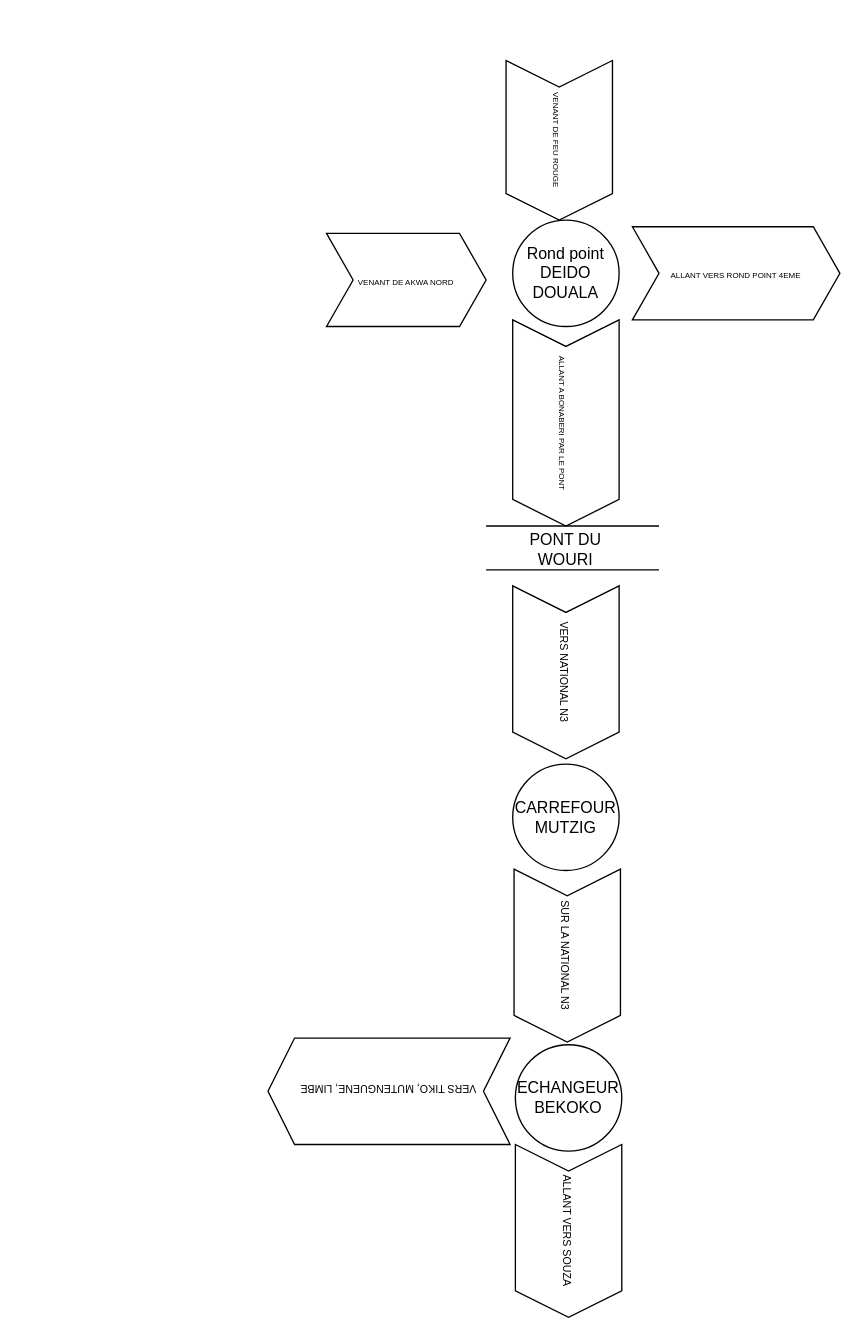
This is Diagramme sans nom.drawio from azobs/Diagrams, a draw.io file, before an edit. Source tidied: cells renumbered, new cells numbered last; positions are measured from the earlier drawing's top-left corner, leaving out a move shared by most shapes. Both pictures are drawn from the tidied source at 133%, with x=0, y=0 at pixel (267, 86).
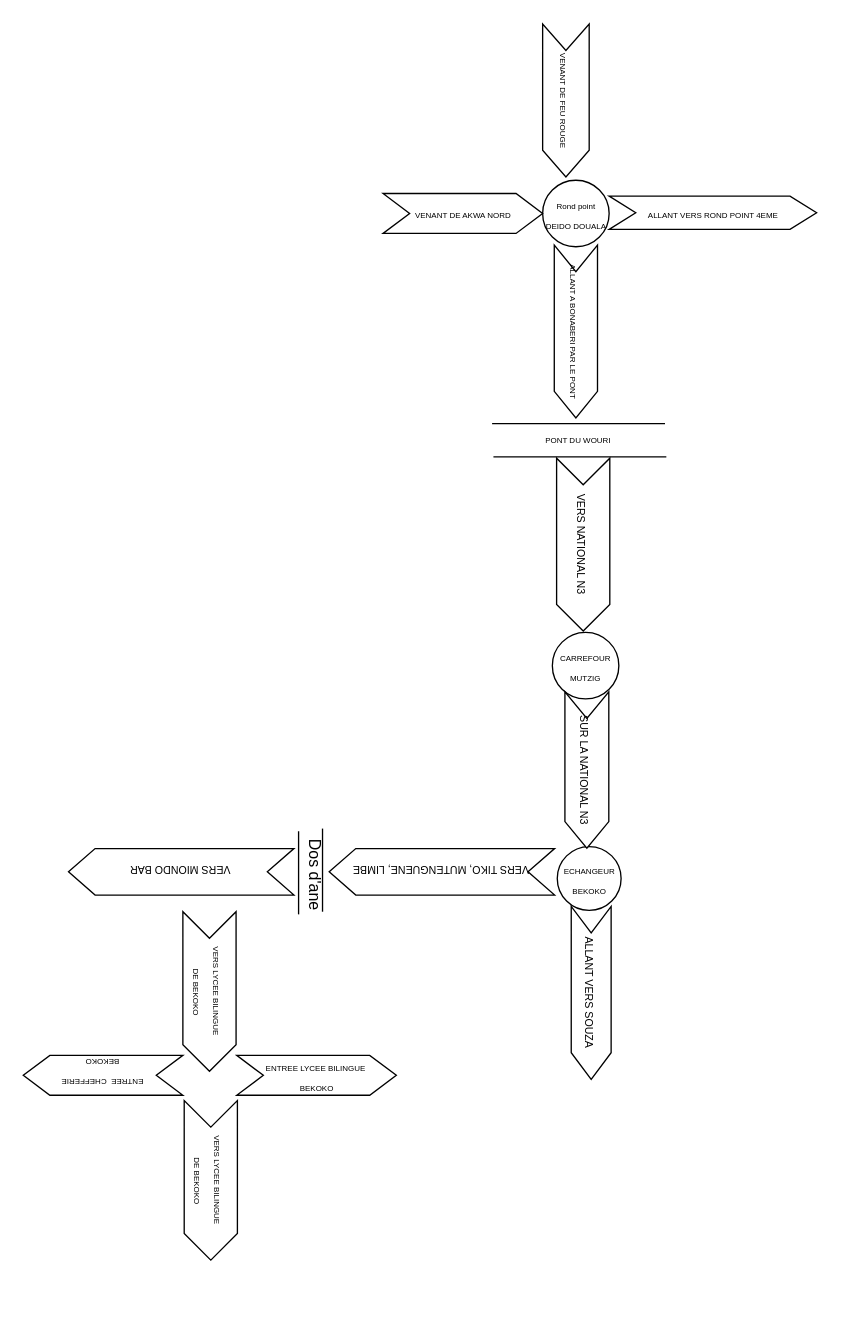
After the change.

Commit message:
Mettre à jour Diagramme sans nom.drawio

Diff of the diagram source:
```diff
@@
     <mxCell id="2" value="&lt;font style=&quot;font-size: 8px;&quot;&gt;VERS TIKO, MUTENGUENE, LIMBE&lt;/font&gt;" style="shape=step;perimeter=stepPerimeter;whiteSpace=wrap;html=1;fixedSize=1;rotation=-180;" parent="1" vertex="1">
-      <mxGeometry y="715" width="182" height="80" as="geometry" />
+      <mxGeometry x="46" y="572.5" width="169.5" height="35" as="geometry" />
     </mxCell>
-    <mxCell id="3" value="Rond point DEIDO DOUALA" style="ellipse;whiteSpace=wrap;html=1;" parent="1" vertex="1">
-      <mxGeometry x="184" y="100" width="80" height="80" as="geometry" />
+    <mxCell id="3" value="&lt;font style=&quot;font-size: 6px;&quot;&gt;Rond point DEIDO DOUALA&lt;/font&gt;" style="ellipse;whiteSpace=wrap;html=1;" parent="1" vertex="1">
+      <mxGeometry x="206.5" y="70" width="50" height="50" as="geometry" />
     </mxCell>
     <mxCell id="4" value="&lt;font style=&quot;font-size: 6px;&quot;&gt;ALLANT VERS ROND POINT 4EME&lt;/font&gt;" style="shape=step;perimeter=stepPerimeter;whiteSpace=wrap;html=1;fixedSize=1;" parent="1" vertex="1">
-      <mxGeometry x="274" y="105" width="156" height="70" as="geometry" />
+      <mxGeometry x="256.5" y="82" width="156" height="25" as="geometry" />
     </mxCell>
     <mxCell id="5" value="&lt;font style=&quot;font-size: 6px;&quot;&gt;VENANT DE AKWA NORD&lt;/font&gt;" style="shape=step;perimeter=stepPerimeter;whiteSpace=wrap;html=1;fixedSize=1;" parent="1" vertex="1">
-      <mxGeometry x="44" y="110" width="120" height="70" as="geometry" />
+      <mxGeometry x="86.5" y="80" width="120" height="30" as="geometry" />
     </mxCell>
     <mxCell id="6" value="&lt;font style=&quot;font-size: 6px;&quot;&gt;ALLANT A BONABERI PAR LE PONT&lt;/font&gt;" style="shape=step;perimeter=stepPerimeter;whiteSpace=wrap;html=1;fixedSize=1;rotation=90;" parent="1" vertex="1">
-      <mxGeometry x="146.5" y="212.5" width="155" height="80" as="geometry" />
+      <mxGeometry x="166.5" y="167.5" width="130" height="32.5" as="geometry" />
     </mxCell>
     <mxCell id="7" style="endArrow=none;html=1;rounded=0;" parent="1" edge="1">
       <mxGeometry relative="1" as="geometry">
-        <mxPoint x="164" y="330" as="sourcePoint" />
-        <mxPoint x="294" y="330" as="targetPoint" />
+        <mxPoint x="168.5" y="253" as="sourcePoint" />
+        <mxPoint x="298.5" y="253" as="targetPoint" />
       </mxGeometry>
     </mxCell>
     <mxCell id="8" style="endArrow=none;html=1;rounded=0;" parent="1" edge="1">
       <mxGeometry relative="1" as="geometry">
-        <mxPoint x="164" y="363" as="sourcePoint" />
-        <mxPoint x="294" y="363" as="targetPoint" />
+        <mxPoint x="169.5" y="278" as="sourcePoint" />
+        <mxPoint x="299.5" y="278" as="targetPoint" />
       </mxGeometry>
     </mxCell>
-    <mxCell id="9" value="PONT DU WOURI" style="text;html=1;align=center;verticalAlign=middle;whiteSpace=wrap;rounded=0;" parent="1" vertex="1">
-      <mxGeometry x="184" y="333" width="80" height="30" as="geometry" />
+    <mxCell id="9" value="&lt;font style=&quot;font-size: 6px;&quot;&gt;PONT DU WOURI&lt;/font&gt;" style="text;html=1;align=center;verticalAlign=middle;whiteSpace=wrap;rounded=0;" parent="1" vertex="1">
+      <mxGeometry x="206.5" y="249" width="52.5" height="30" as="geometry" />
     </mxCell>
     <mxCell id="10" value="&lt;font style=&quot;font-size: 8px;&quot;&gt;VERS NATIONAL N3&lt;/font&gt;" style="shape=step;perimeter=stepPerimeter;whiteSpace=wrap;html=1;fixedSize=1;rotation=90;" parent="1" vertex="1">
-      <mxGeometry x="159" y="400" width="130" height="80" as="geometry" />
+      <mxGeometry x="172" y="324" width="130" height="40" as="geometry" />
     </mxCell>
     <mxCell id="11" value="&lt;font style=&quot;font-size: 6px;&quot;&gt;VENANT DE FEU ROUGE&lt;/font&gt;" style="shape=step;perimeter=stepPerimeter;whiteSpace=wrap;html=1;fixedSize=1;rotation=90;" parent="1" vertex="1">
-      <mxGeometry x="159" width="120" height="80" as="geometry" />
+      <mxGeometry x="166.5" y="-7.5" width="115" height="35" as="geometry" />
     </mxCell>
-    <mxCell id="12" value="ECHANGEUR BEKOKO" style="ellipse;whiteSpace=wrap;html=1;" parent="1" vertex="1">
-      <mxGeometry x="186" y="720" width="80" height="80" as="geometry" />
+    <mxCell id="12" value="&lt;font style=&quot;font-size: 6px;&quot;&gt;ECHANGEUR BEKOKO&lt;/font&gt;" style="ellipse;whiteSpace=wrap;html=1;" parent="1" vertex="1">
+      <mxGeometry x="217.5" y="571" width="48" height="48" as="geometry" />
     </mxCell>
     <mxCell id="13" value="&lt;font style=&quot;font-size: 8px;&quot;&gt;ALLANT VERS SOUZA&lt;/font&gt;" style="shape=step;perimeter=stepPerimeter;whiteSpace=wrap;html=1;fixedSize=1;rotation=90;" parent="1" vertex="1">
-      <mxGeometry x="161" y="820" width="130" height="80" as="geometry" />
+      <mxGeometry x="178" y="666" width="130" height="30" as="geometry" />
     </mxCell>
-    <mxCell id="14" value="CARREFOUR MUTZIG" style="ellipse;whiteSpace=wrap;html=1;" parent="1" vertex="1">
-      <mxGeometry x="184" y="509" width="80" height="80" as="geometry" />
+    <mxCell id="14" value="&lt;font style=&quot;font-size: 6px;&quot;&gt;CARREFOUR MUTZIG&lt;/font&gt;" style="ellipse;whiteSpace=wrap;html=1;" parent="1" vertex="1">
+      <mxGeometry x="213.8" y="410" width="50" height="50" as="geometry" />
     </mxCell>
     <mxCell id="15" value="&lt;font style=&quot;font-size: 8px;&quot;&gt;SUR LA NATIONAL N3&lt;/font&gt;" style="shape=step;perimeter=stepPerimeter;whiteSpace=wrap;html=1;fixedSize=1;rotation=90;" parent="1" vertex="1">
-      <mxGeometry x="160" y="613" width="130" height="80" as="geometry" />
+      <mxGeometry x="181" y="497" width="117.5" height="33" as="geometry" />
     </mxCell>
+    <mxCell id="16" value="&lt;span style=&quot;font-size: 8px;&quot;&gt;VERS MIONDO BAR&lt;/span&gt;" style="shape=step;perimeter=stepPerimeter;whiteSpace=wrap;html=1;fixedSize=1;rotation=-180;" parent="1" vertex="1">
+      <mxGeometry x="-150" y="572.5" width="169.5" height="35" as="geometry" />
+    </mxCell>
+    <mxCell id="17" style="endArrow=none;html=1;rounded=0;" parent="1" edge="1">
+      <mxGeometry relative="1" as="geometry">
+        <mxPoint x="23" y="622" as="sourcePoint" />
+        <mxPoint x="23" y="559.5" as="targetPoint" />
+      </mxGeometry>
+    </mxCell>
+    <mxCell id="18" value="Dos d'ane" style="text;html=1;align=center;verticalAlign=middle;whiteSpace=wrap;rounded=0;rotation=90;" parent="1" vertex="1">
+      <mxGeometry x="6" y="577.5" width="60" height="30" as="geometry" />
+    </mxCell>
+    <mxCell id="19" style="endArrow=none;html=1;rounded=0;" parent="1" edge="1">
+      <mxGeometry relative="1" as="geometry">
+        <mxPoint x="41" y="620" as="sourcePoint" />
+        <mxPoint x="41" y="557.5" as="targetPoint" />
+      </mxGeometry>
+    </mxCell>
+    <mxCell id="20" value="&lt;font style=&quot;font-size: 6px;&quot;&gt;VERS LYCEE BILINGUE&lt;/font&gt;&lt;div&gt;&lt;font style=&quot;font-size: 6px;&quot;&gt;&amp;nbsp;DE BEKOKO&lt;/font&gt;&lt;/div&gt;" style="shape=step;perimeter=stepPerimeter;whiteSpace=wrap;html=1;fixedSize=1;rotation=90;" parent="1" vertex="1">
+      <mxGeometry x="-103" y="802" width="120" height="40" as="geometry" />
+    </mxCell>
+    <mxCell id="21" value="&lt;font style=&quot;font-size: 6px;&quot;&gt;ENTREE&amp;nbsp; CHEFFERIE&lt;/font&gt;&lt;div&gt;&lt;font style=&quot;font-size: 6px;&quot;&gt;BEKOKO&lt;/font&gt;&lt;/div&gt;" style="shape=step;perimeter=stepPerimeter;whiteSpace=wrap;html=1;fixedSize=1;rotation=-180;" parent="1" vertex="1">
+      <mxGeometry x="-184" y="728" width="120" height="30" as="geometry" />
+    </mxCell>
+    <mxCell id="22" value="&lt;font style=&quot;font-size: 6px;&quot;&gt;ENTREE LYCEE BILINGUE&amp;nbsp;&lt;/font&gt;&lt;div&gt;&lt;font style=&quot;font-size: 6px;&quot;&gt;BEKOKO&lt;/font&gt;&lt;/div&gt;" style="shape=step;perimeter=stepPerimeter;whiteSpace=wrap;html=1;fixedSize=1;" parent="1" vertex="1">
+      <mxGeometry x="-23.5" y="728" width="120" height="30" as="geometry" />
+    </mxCell>
+    <mxCell id="23" value="&lt;font style=&quot;font-size: 6px;&quot;&gt;VERS LYCEE BILINGUE&lt;/font&gt;&lt;div&gt;&lt;font style=&quot;font-size: 6px;&quot;&gt;&amp;nbsp;DE BEKOKO&lt;/font&gt;&lt;/div&gt;" style="shape=step;perimeter=stepPerimeter;whiteSpace=wrap;html=1;fixedSize=1;rotation=90;" parent="1" vertex="1">
+      <mxGeometry x="-104" y="660" width="120" height="40" as="geometry" />
+    </mxCell>
```
